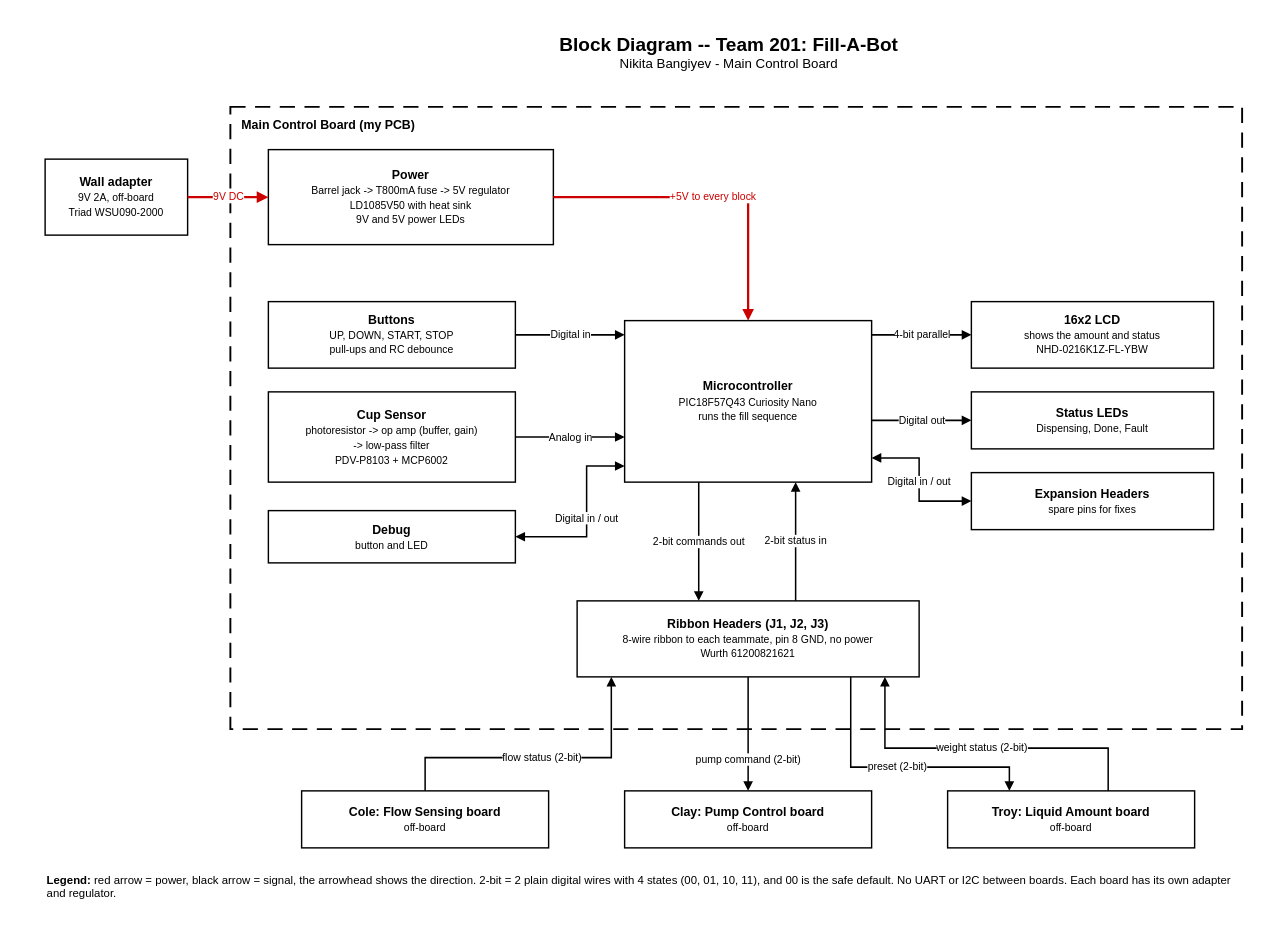
The draw.io diagram docs/01-Block-Diagram/nikita-block-diagram.drawio in NikitaBang/NikitaBang_EGR304_F26.github.io, before the edit. Source tidied: cells renumbered, new cells numbered last; positions are measured from the earlier drawing's top-left corner, leaving out a move shared by most shapes. Both pictures are drawn from the tidied source at 95%, with x=0, y=0 at pixel (16, 16).
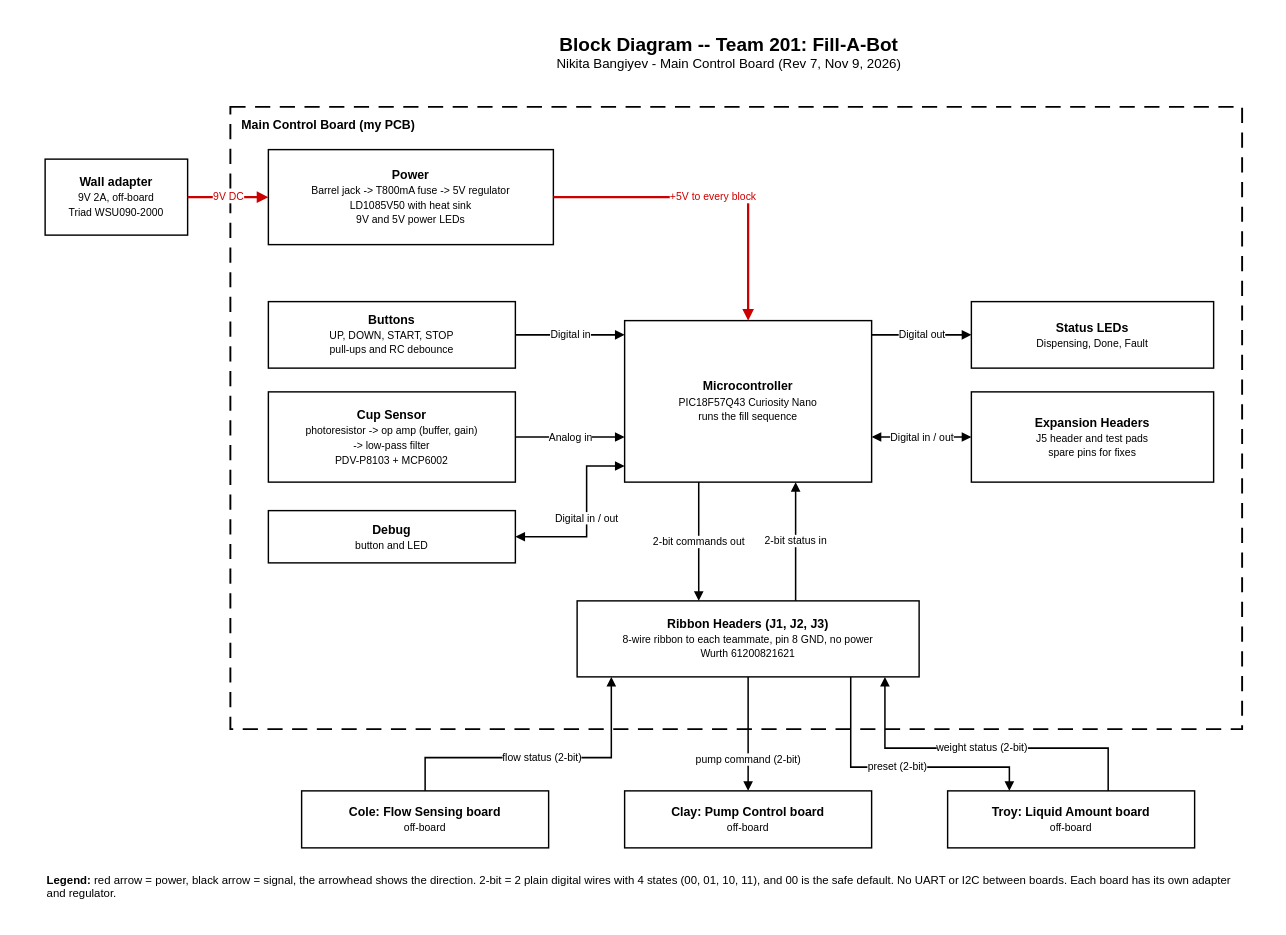
The same diagram, later.

Unchanged cells that the change refers to:
```xml
<mxCell id="9" value="&lt;b&gt;Microcontroller&lt;/b&gt;&lt;br&gt;&lt;span style='font-size:11px'&gt;PIC18F57Q43 Curiosity Nano&lt;br&gt;runs the fill sequence&lt;/span&gt;" style="rounded=0;whiteSpace=wrap;html=1;strokeColor=default;fillColor=default;strokeWidth=1.5;fontSize=13;fontFamily=Helvetica;fontColor=default;" parent="1" vertex="1">
  <mxGeometry x="640" y="320" width="260" height="170" as="geometry" />
</mxCell>
```

Change to the diagram source:
```diff
@@
-    <mxCell id="3" value="&lt;b style='font-size:20px'&gt;Block Diagram -- Team 201: Fill-A-Bot&lt;/b&gt;&lt;br&gt;&lt;span style='font-size:14px'&gt;Nikita Bangiyev - Main Control Board&lt;/span&gt;" style="text;html=1;whiteSpace=wrap;strokeColor=none;fillColor=none;fontFamily=Helvetica;fontColor=default;align=center;verticalAlign=middle;" parent="1" vertex="1">
+    <mxCell id="3" value="&lt;b style='font-size:20px'&gt;Block Diagram -- Team 201: Fill-A-Bot&lt;/b&gt;&lt;br&gt;&lt;span style='font-size:14px'&gt;Nikita Bangiyev - Main Control Board (Rev 7, Nov 9, 2026)&lt;/span&gt;" style="text;html=1;whiteSpace=wrap;strokeColor=none;fillColor=none;fontFamily=Helvetica;fontColor=default;align=center;verticalAlign=middle;" parent="1" vertex="1">
       <mxGeometry x="200" y="10" width="1100" height="56" as="geometry" />
     </mxCell>
@@
-    <mxCell id="17" value="&lt;b&gt;16x2 LCD&lt;/b&gt;&lt;br&gt;&lt;span style='font-size:11px'&gt;shows the amount and status&lt;br&gt;NHD-0216K1Z-FL-YBW&lt;/span&gt;" style="rounded=0;whiteSpace=wrap;html=1;strokeColor=default;fillColor=default;strokeWidth=1.5;fontSize=13;fontFamily=Helvetica;fontColor=default;" parent="1" vertex="1">
-      <mxGeometry x="1005" y="300" width="255" height="70" as="geometry" />
-    </mxCell>
     <mxCell id="18" value="&lt;b&gt;Status LEDs&lt;/b&gt;&lt;br&gt;&lt;span style='font-size:11px'&gt;Dispensing, Done, Fault&lt;/span&gt;" style="rounded=0;whiteSpace=wrap;html=1;strokeColor=default;fillColor=default;strokeWidth=1.5;fontSize=13;fontFamily=Helvetica;fontColor=default;" parent="1" vertex="1">
-      <mxGeometry x="1005" y="395" width="255" height="60" as="geometry" />
+      <mxGeometry x="1005" y="300" width="255" height="70" as="geometry" />
     </mxCell>
-    <mxCell id="19" value="&lt;b&gt;Expansion Headers&lt;/b&gt;&lt;br&gt;&lt;span style='font-size:11px'&gt;spare pins for fixes&lt;/span&gt;" style="rounded=0;whiteSpace=wrap;html=1;strokeColor=default;fillColor=default;strokeWidth=1.5;fontSize=13;fontFamily=Helvetica;fontColor=default;" parent="1" vertex="1">
-      <mxGeometry x="1005" y="480" width="255" height="60" as="geometry" />
+    <mxCell id="19" value="&lt;b&gt;Expansion Headers&lt;/b&gt;&lt;br&gt;&lt;span style='font-size:11px'&gt;J5 header and test pads&lt;br&gt;spare pins for fixes&lt;/span&gt;" style="rounded=0;whiteSpace=wrap;html=1;strokeColor=default;fillColor=default;strokeWidth=1.5;fontSize=13;fontFamily=Helvetica;fontColor=default;" parent="1" vertex="1">
+      <mxGeometry x="1005" y="395" width="255" height="95" as="geometry" />
     </mxCell>
-    <mxCell id="20" value="4-bit parallel" style="edgeStyle=orthogonalEdgeStyle;rounded=0;html=1;endArrow=block;endFill=1;strokeWidth=1.6;strokeColor=default;fontSize=11;labelBackgroundColor=default;fontFamily=Helvetica;fontColor=default;exitX=1;exitY=0.0882;exitDx=0;exitDy=0;entryX=0;entryY=0.5;entryDx=0;entryDy=0;" parent="1" edge="1" source="9" target="17">
-      <mxGeometry relative="1" as="geometry" />
-    </mxCell>
-    <mxCell id="21" value="Digital out" style="edgeStyle=orthogonalEdgeStyle;rounded=0;html=1;endArrow=block;endFill=1;strokeWidth=1.6;strokeColor=default;fontSize=11;labelBackgroundColor=default;fontFamily=Helvetica;fontColor=default;exitX=1;exitY=0.6176;exitDx=0;exitDy=0;entryX=0;entryY=0.5;entryDx=0;entryDy=0;" parent="1" edge="1" source="9" target="18">
+    <mxCell id="21" value="Digital out" style="edgeStyle=orthogonalEdgeStyle;rounded=0;html=1;endArrow=block;endFill=1;strokeWidth=1.6;strokeColor=default;fontSize=11;labelBackgroundColor=default;fontFamily=Helvetica;fontColor=default;exitX=1;exitY=0.0882;exitDx=0;exitDy=0;entryX=0;entryY=0.5;entryDx=0;entryDy=0;" parent="1" edge="1" source="9" target="18">
       <mxGeometry relative="1" as="geometry" />
     </mxCell>
-    <mxCell id="22" value="Digital in / out" style="edgeStyle=orthogonalEdgeStyle;rounded=0;html=1;endArrow=block;endFill=1;strokeWidth=1.6;strokeColor=default;fontSize=11;labelBackgroundColor=default;fontFamily=Helvetica;fontColor=default;startArrow=block;startFill=1;exitX=1;exitY=0.85;exitDx=0;exitDy=0;entryX=0;entryY=0.5;entryDx=0;entryDy=0;" parent="1" edge="1" source="9" target="19">
-      <mxGeometry relative="1" as="geometry">
-        <Array as="points">
-          <mxPoint x="950" y="464" />
-          <mxPoint x="950" y="510" />
-        </Array>
-      </mxGeometry>
+    <mxCell id="22" value="Digital in / out" style="edgeStyle=orthogonalEdgeStyle;rounded=0;html=1;endArrow=block;endFill=1;strokeWidth=1.6;strokeColor=default;fontSize=11;labelBackgroundColor=default;fontFamily=Helvetica;fontColor=default;startArrow=block;startFill=1;exitX=1;exitY=0.7206;exitDx=0;exitDy=0;entryX=0;entryY=0.5;entryDx=0;entryDy=0;" parent="1" edge="1" source="9" target="19">
+      <mxGeometry relative="1" as="geometry" />
     </mxCell>
```
